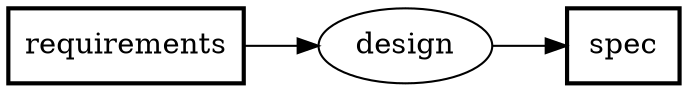
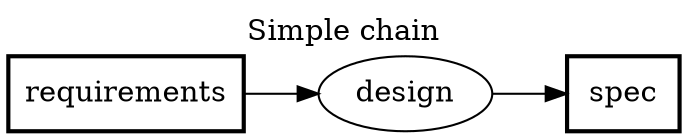
digraph PFDSL {
  rankdir=LR;
  newrank=true;
+   label="Simple chain";
+   labelloc="t";

  "design" [shape=ellipse, label="design"];
  "requirements" [shape=box, label="requirements", penwidth="2"];
  "spec" [shape=box, label="spec", penwidth="2"];

  "requirements" -> "design";
  "design" -> "spec";
}
